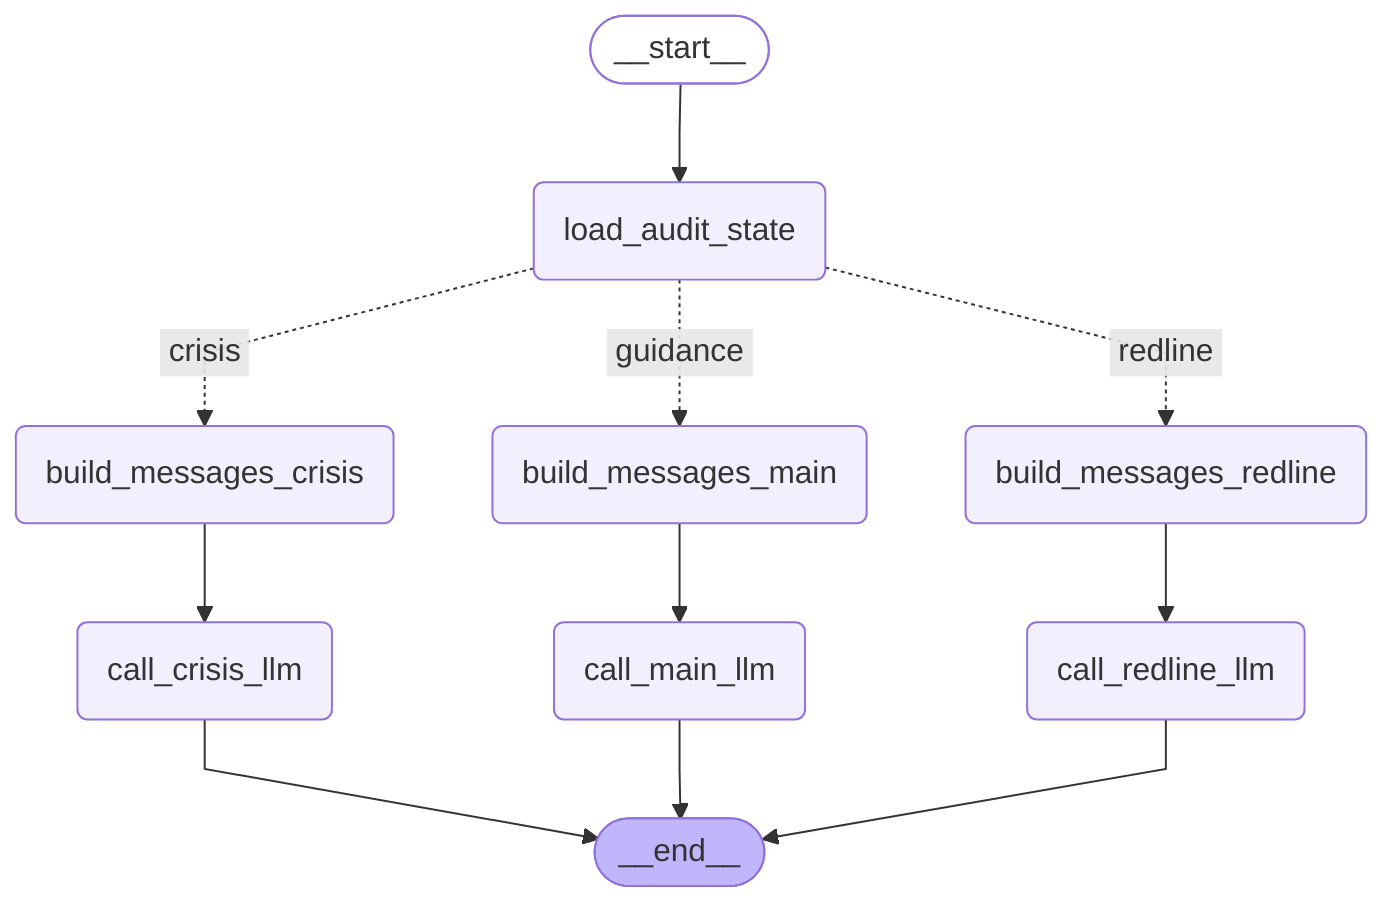
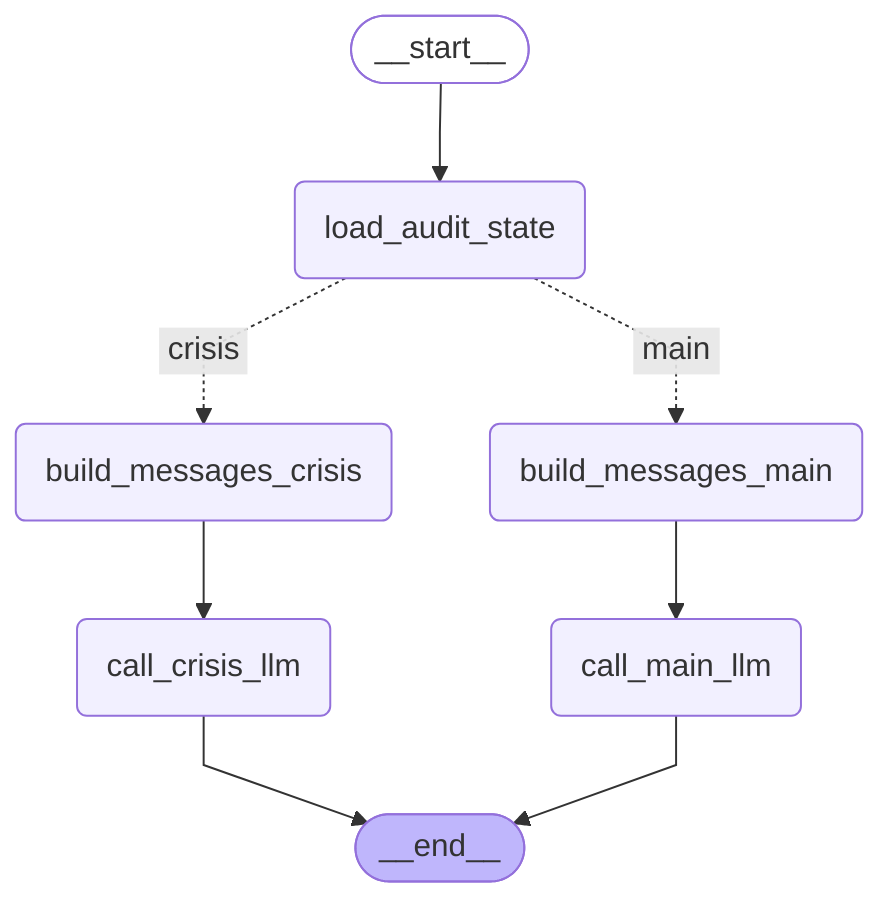
---
config:
  flowchart:
    curve: linear
---
graph TD;
	__start__([<p>__start__</p>]):::first
	load_audit_state(load_audit_state)
	build_messages_main(build_messages_main)
	build_messages_crisis(build_messages_crisis)
- 	build_messages_redline(build_messages_redline)
	call_main_llm(call_main_llm)
	call_crisis_llm(call_crisis_llm)
- 	call_redline_llm(call_redline_llm)
	__end__([<p>__end__</p>]):::last
	__start__ --> load_audit_state;
	build_messages_crisis --> call_crisis_llm;
	build_messages_main --> call_main_llm;
- 	build_messages_redline --> call_redline_llm;
	load_audit_state -. &nbsp;crisis&nbsp; .-> build_messages_crisis;
- 	load_audit_state -. &nbsp;guidance&nbsp; .-> build_messages_main;
- 	load_audit_state -. &nbsp;redline&nbsp; .-> build_messages_redline;
+ 	load_audit_state -. &nbsp;main&nbsp; .-> build_messages_main;
	call_crisis_llm --> __end__;
	call_main_llm --> __end__;
- 	call_redline_llm --> __end__;
	classDef default fill:#f2f0ff,line-height:1.2
	classDef first fill-opacity:0
	classDef last fill:#bfb6fc
